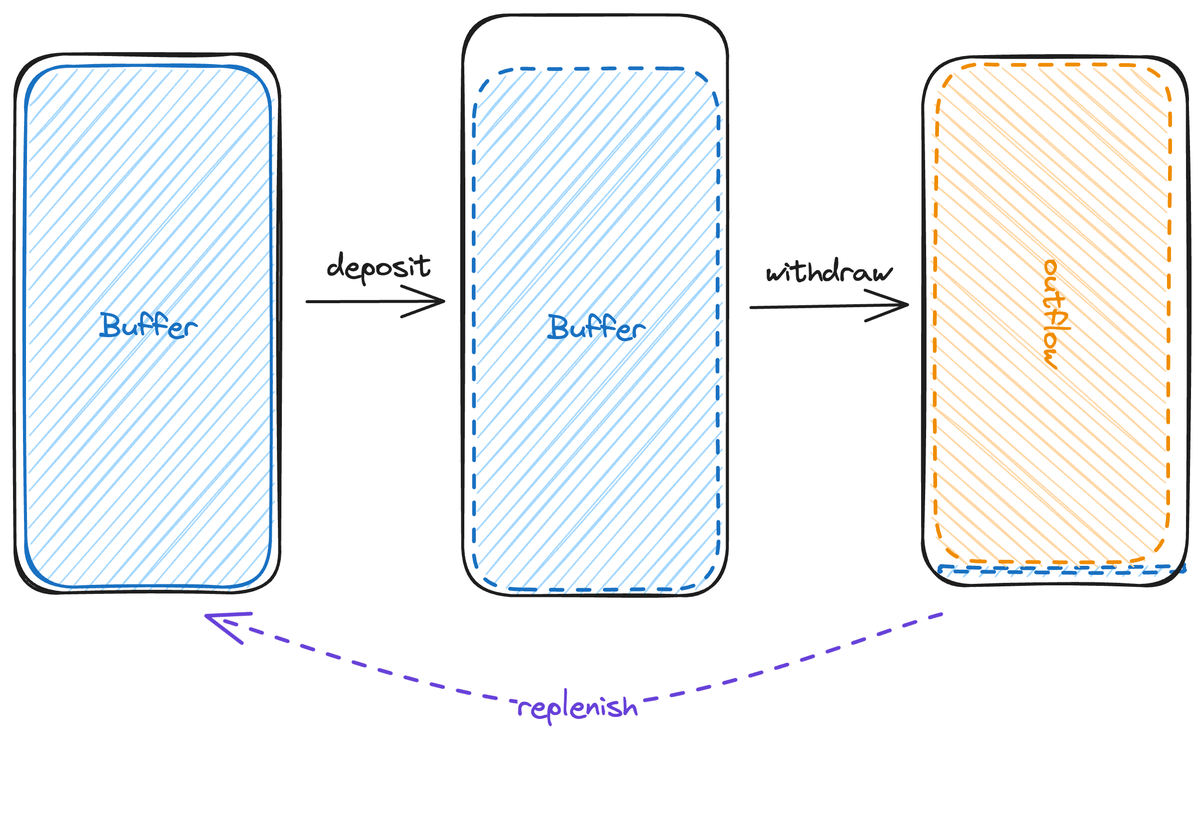
This is _assets/decrease-limiter-dos.png from DeFi-Circuit-Breaker/erc7265, a Excalidraw export, as it was before one commit. Source tidied: one line per element, renumbered; positions are measured from the earlier drawing's top-left corner, leaving out a move shared by most shapes. Its diagram source:
```json
{"id": 0, "type": "rectangle", "strokeColor": "#1971c2", "backgroundColor": "#a5d8ff", "fillStyle": "hachure", "strokeWidth": 2, "roughness": 1, "round": true, "x": 7, "y": 34, "width": 163, "height": 347}
{"id": 1, "type": "text", "text": "Buffer", "strokeColor": "#1971c2", "strokeWidth": 1, "roughness": 1, "fontSize": 20, "fontFamily": 1, "textAlign": "center", "verticalAlign": "middle", "inside": 0, "x": 56, "y": 195, "width": 65, "height": 25}
{"id": 2, "type": "rectangle", "strokeColor": "#1e1e1e", "strokeWidth": 2, "roughness": 1, "round": true, "x": 0, "y": 26, "width": 177, "height": 359}
{"id": 3, "type": "rectangle", "strokeColor": "#1971c2", "backgroundColor": "#a5d8ff", "fillStyle": "hachure", "strokeWidth": 2, "strokeStyle": "dashed", "roughness": 1, "round": true, "x": 306, "y": 36, "width": 163, "height": 347}
{"id": 4, "type": "text", "text": "Buffer", "strokeColor": "#1971c2", "strokeWidth": 1, "roughness": 1, "fontSize": 20, "fontFamily": 1, "textAlign": "center", "verticalAlign": "middle", "inside": 3, "x": 355, "y": 197, "width": 65, "height": 25}
{"id": 5, "type": "rectangle", "strokeColor": "#1e1e1e", "strokeWidth": 2, "roughness": 1, "round": true, "x": 299, "y": 0, "width": 177, "height": 387}
{"id": 6, "type": "arrow", "strokeColor": "#1e1e1e", "backgroundColor": "#ffffff", "fillStyle": "solid", "strokeWidth": 2, "roughness": 0, "endArrowhead": "arrow", "round": true, "from": 2, "to": 5, "x": 195, "y": 191, "width": 91, "height": 0, "points": [[0, 0], [91, 0]]}
{"id": 7, "type": "text", "text": "deposit", "strokeColor": "#1e1e1e", "backgroundColor": "#ffffff", "fillStyle": "solid", "strokeWidth": 2, "roughness": 0, "fontSize": 20, "fontFamily": 1, "x": 208, "y": 155, "width": 70, "height": 25}
{"id": 8, "type": "rectangle", "strokeColor": "#1971c2", "backgroundColor": "#a5d8ff", "fillStyle": "hachure", "strokeWidth": 2, "strokeStyle": "dashed", "roughness": 1, "round": true, "x": 617, "y": 367, "width": 163, "height": 4}
{"id": 9, "type": "rectangle", "strokeColor": "#1e1e1e", "strokeWidth": 2, "roughness": 1, "round": true, "x": 605, "y": 28, "width": 177, "height": 352}
{"id": 10, "type": "rectangle", "strokeColor": "#f08c00", "angle": 1.58, "backgroundColor": "#ffd8a8", "fillStyle": "hachure", "strokeWidth": 2, "strokeStyle": "dashed", "roughness": 1, "round": true, "x": 527, "y": 121, "width": 331, "height": 155}
{"id": 11, "type": "text", "text": "outflow", "strokeColor": "#f08c00", "angle": 1.58, "strokeWidth": 1, "roughness": 1, "fontSize": 20, "fontFamily": 1, "textAlign": "center", "verticalAlign": "middle", "inside": 10, "x": 656, "y": 186, "width": 72, "height": 25}
{"id": 12, "type": "arrow", "strokeColor": "#1e1e1e", "backgroundColor": "#ffffff", "fillStyle": "solid", "strokeWidth": 2, "roughness": 0, "endArrowhead": "arrow", "round": true, "from": 5, "to": 10, "x": 491, "y": 195, "width": 105, "height": 2, "points": [[0, 0], [105, -2]]}
{"id": 13, "type": "text", "text": "withdraw", "strokeColor": "#1e1e1e", "backgroundColor": "#ffffff", "fillStyle": "solid", "strokeWidth": 2, "roughness": 0, "fontSize": 20, "fontFamily": 1, "x": 501, "y": 159, "width": 83, "height": 25}
{"id": 14, "type": "arrow", "strokeColor": "#6741d9", "backgroundColor": "#ffd8a8", "fillStyle": "solid", "strokeWidth": 2, "strokeStyle": "dashed", "roughness": 0, "endArrowhead": "arrow", "round": true, "from": 9, "to": 2, "x": 618, "y": 399, "width": 490, "height": 61, "points": [[0, 0], [-243, 61], [-490, 1]]}
{"id": 15, "type": "text", "text": "replenish", "strokeColor": "#6741d9", "backgroundColor": "#ffd8a8", "fillStyle": "solid", "strokeWidth": 2, "strokeStyle": "dashed", "roughness": 0, "fontSize": 20, "fontFamily": 1, "textAlign": "center", "verticalAlign": "middle", "inside": 14, "x": 329, "y": 515, "width": 80, "height": 25}
```
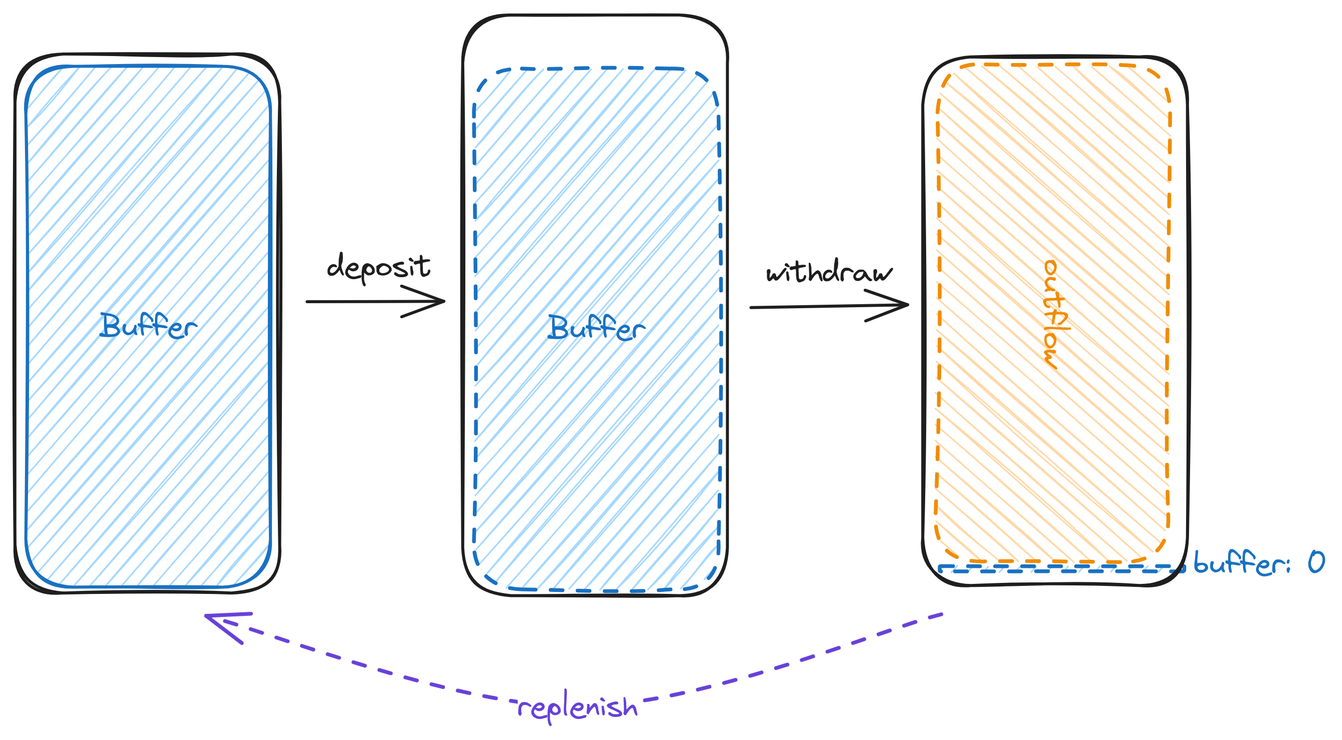
The same diagram one commit later.

Commit message:
📝 Finish up decrease limiter doc

Diff of the diagram source:
```diff
@@ -14,3 +14,4 @@
 {"id": 13, "type": "text", "text": "withdraw", "strokeColor": "#1e1e1e", "backgroundColor": "#ffffff", "fillStyle": "solid", "strokeWidth": 2, "roughness": 0, "fontSize": 20, "fontFamily": 1, "x": 501, "y": 159, "width": 83, "height": 25}
 {"id": 14, "type": "arrow", "strokeColor": "#6741d9", "backgroundColor": "#ffd8a8", "fillStyle": "solid", "strokeWidth": 2, "strokeStyle": "dashed", "roughness": 0, "endArrowhead": "arrow", "round": true, "from": 9, "to": 2, "x": 618, "y": 399, "width": 490, "height": 61, "points": [[0, 0], [-243, 61], [-490, 1]]}
 {"id": 15, "type": "text", "text": "replenish", "strokeColor": "#6741d9", "backgroundColor": "#ffd8a8", "fillStyle": "solid", "strokeWidth": 2, "strokeStyle": "dashed", "roughness": 0, "fontSize": 20, "fontFamily": 1, "textAlign": "center", "verticalAlign": "middle", "inside": 14, "x": 329, "y": 515, "width": 80, "height": 25}
+{"id": 16, "type": "text", "text": "buffer: 0", "strokeColor": "#1971c2", "backgroundColor": "#ffc9c9", "fillStyle": "solid", "strokeWidth": 2, "roughness": 1, "fontSize": 20, "fontFamily": 1, "x": 786, "y": 353, "width": 89, "height": 25}
```
